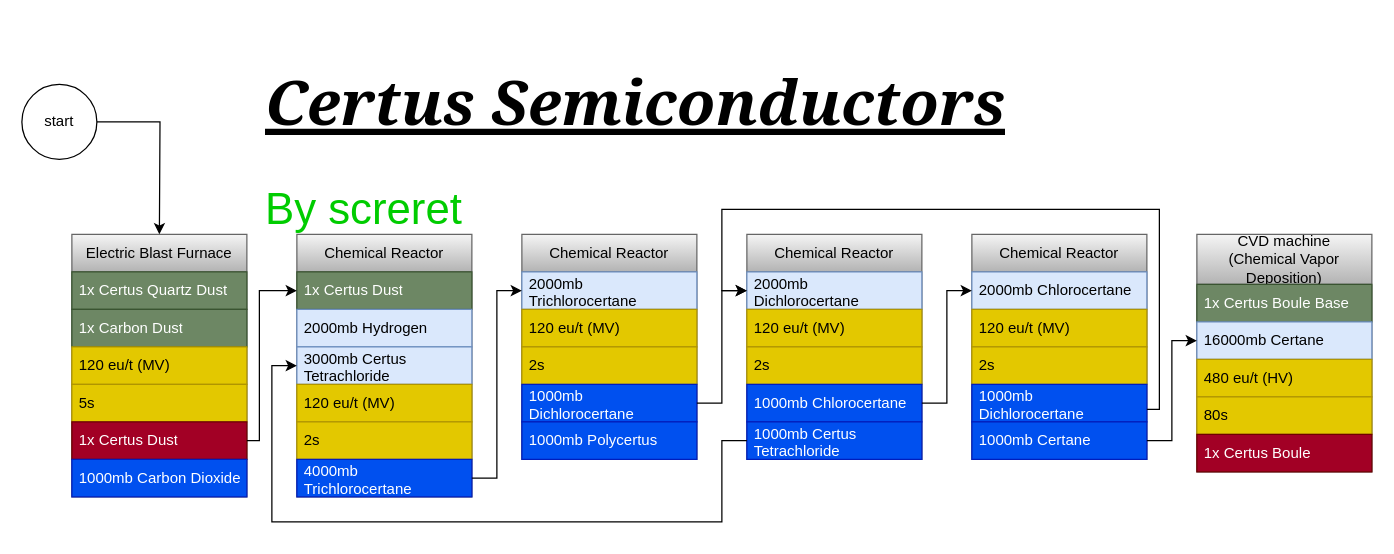
screret/Gravitas2 keeps this draw.io diagram as certus_semiconductors.drawio. Above is the earlier version. Source tidied: cells renumbered, new cells numbered last; positions are measured from the earlier drawing's top-left corner, leaving out a move shared by most shapes. Both pictures are drawn from the tidied source at 125%, with x=0, y=0 at pixel (21, 34).
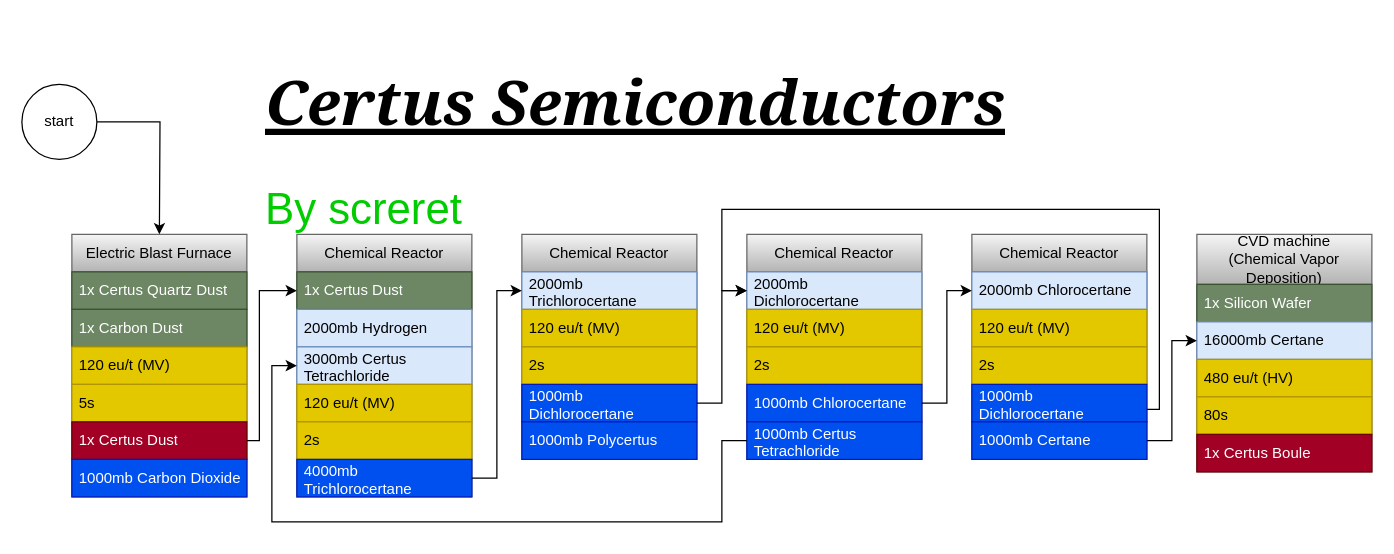
After the change.

Commit message:
change the base to a wafer

The change refers to these unchanged cells:
```xml
<mxCell id="45" value="CVD machine&lt;br&gt;(Chemical Vapor Deposition)" style="swimlane;fontStyle=0;horizontal=1;startSize=40;whiteSpace=wrap;html=1;fillColor=#f5f5f5;gradientColor=#b3b3b3;strokeColor=#666666;" parent="1" vertex="1">
  <mxGeometry x="940" y="160" width="140" height="190" as="geometry" />
</mxCell>
```

Diff of the diagram source:
```diff
@@
-    <mxCell id="46" value="1x Certus Boule Base" style="text;strokeColor=#3A5431;fillColor=#6d8764;align=left;verticalAlign=middle;spacingLeft=4;spacingRight=4;overflow=hidden;whiteSpace=wrap;html=1;fontColor=#ffffff;" parent="45" vertex="1">
+    <mxCell id="46" value="1x Silicon Wafer" style="text;strokeColor=#3A5431;fillColor=#6d8764;align=left;verticalAlign=middle;spacingLeft=4;spacingRight=4;overflow=hidden;whiteSpace=wrap;html=1;fontColor=#ffffff;" parent="45" vertex="1">
       <mxGeometry y="40" width="140" height="30" as="geometry" />
     </mxCell>
```
